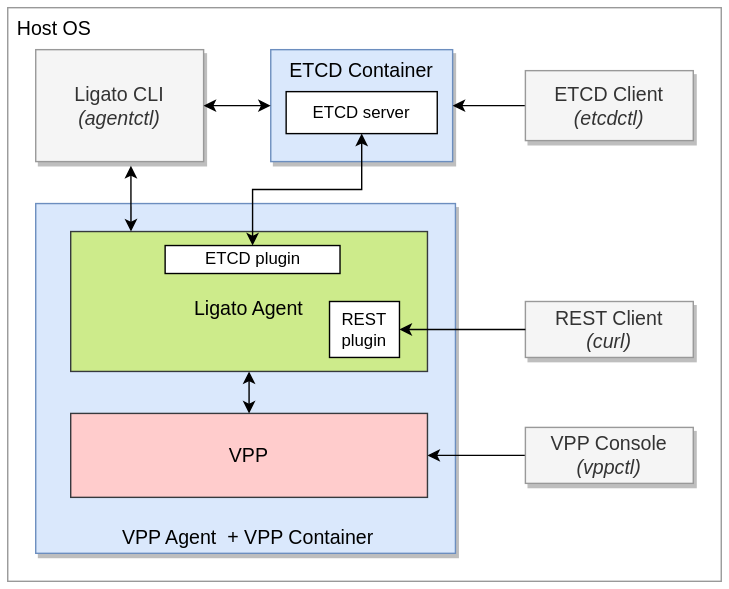
Earlier version of the draw.io export docs/img/user-guide/quickstart-topo-w-agentctl.svg (ligato/docs). Source tidied: cells renumbered, new cells last; positions are measured from the earlier drawing's top-left corner, leaving out a move shared by most shapes.
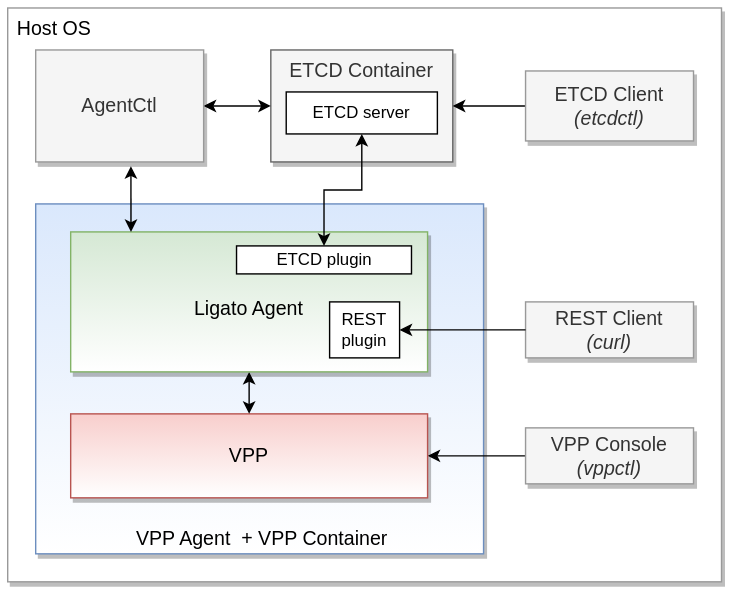
The same file after the commit.

Commit message:
added new REST APIs to quickstart section (#101)

Change to the diagram source:
```diff
@@ -2,22 +2,22 @@
   <root>
     <mxCell id="0" />
     <mxCell id="1" parent="0" />
-    <mxCell id="2" value="&lt;font style=&quot;font-size: 14px&quot;&gt;Host OS&lt;/font&gt;" style="rounded=0;whiteSpace=wrap;html=1;shadow=0;strokeColor=#999999;fontSize=12;align=left;verticalAlign=top;spacingLeft=5;" parent="1" vertex="1">
+    <mxCell id="2" value="&lt;font style=&quot;font-size: 14px&quot;&gt;Host OS&lt;/font&gt;" style="rounded=0;whiteSpace=wrap;html=1;shadow=1;strokeColor=#999999;fontSize=12;align=left;verticalAlign=top;spacingLeft=5;" parent="1" vertex="1">
       <mxGeometry width="510" height="410" as="geometry" />
     </mxCell>
-    <mxCell id="3" value="&amp;nbsp;VPP Agent&amp;nbsp; + VPP Container" style="rounded=0;whiteSpace=wrap;html=1;verticalAlign=bottom;fontSize=14;fillColor=#dae8fc;strokeColor=#6c8ebf;shadow=1;" parent="1" vertex="1">
-      <mxGeometry x="20" y="140" width="300" height="250" as="geometry" />
+    <mxCell id="3" value="&amp;nbsp;VPP Agent&amp;nbsp; + VPP Container" style="rounded=0;whiteSpace=wrap;html=1;verticalAlign=bottom;fontSize=14;fillColor=#dae8fc;strokeColor=#6c8ebf;shadow=1;gradientColor=#ffffff;" parent="1" vertex="1">
+      <mxGeometry x="20" y="140" width="320" height="250" as="geometry" />
     </mxCell>
     <mxCell id="4" style="edgeStyle=orthogonalEdgeStyle;rounded=0;jettySize=auto;html=1;fontSize=14;entryX=1;entryY=0.5;entryDx=0;entryDy=0;" parent="1" edge="1" source="8" target="5">
       <mxGeometry relative="1" as="geometry" />
     </mxCell>
-    <mxCell id="5" value="VPP" style="rounded=0;whiteSpace=wrap;html=1;fontSize=14;fillColor=#ffcccc;strokeColor=#36393d;fontStyle=0;" parent="1" vertex="1">
+    <mxCell id="5" value="VPP" style="rounded=0;whiteSpace=wrap;html=1;fontSize=14;fillColor=#f8cecc;strokeColor=#b85450;fontStyle=0;gradientColor=#ffffff;shadow=1;" parent="1" vertex="1">
       <mxGeometry x="45" y="290" width="255" height="60" as="geometry" />
     </mxCell>
     <mxCell id="6" style="edgeStyle=orthogonalEdgeStyle;rounded=0;jettySize=auto;html=1;exitX=0.5;exitY=1;exitDx=0;exitDy=0;startArrow=classic;startFill=1;fontSize=12;" parent="1" edge="1" source="7" target="5">
       <mxGeometry relative="1" as="geometry" />
     </mxCell>
-    <mxCell id="7" value="Ligato Agent" style="rounded=0;whiteSpace=wrap;html=1;fontSize=14;verticalAlign=middle;fontStyle=0;fillColor=#cdeb8b;strokeColor=#36393d;align=center;spacingLeft=0;spacingTop=10;" parent="1" vertex="1">
+    <mxCell id="7" value="Ligato Agent" style="rounded=0;whiteSpace=wrap;html=1;fontSize=14;verticalAlign=middle;fontStyle=0;fillColor=#d5e8d4;strokeColor=#82b366;align=center;spacingLeft=0;spacingTop=10;gradientColor=#ffffff;shadow=1;" parent="1" vertex="1">
       <mxGeometry x="45" y="160" width="255" height="100" as="geometry" />
     </mxCell>
     <mxCell id="8" value="&lt;div&gt;VPP Console&lt;br&gt;&lt;/div&gt;&lt;div&gt;&lt;i&gt;(vppctl)&lt;/i&gt;&lt;/div&gt;" style="rounded=0;whiteSpace=wrap;html=1;fontSize=14;fillColor=#f5f5f5;strokeColor=#999999;fontColor=#333333;shadow=1;" parent="1" vertex="1">
@@ -26,11 +26,11 @@
     <mxCell id="9" value="&lt;div&gt;REST Client&lt;/div&gt;&lt;div&gt;&lt;i&gt;(curl)&lt;/i&gt;&lt;br&gt;&lt;/div&gt;" style="rounded=0;whiteSpace=wrap;html=1;fontSize=14;fillColor=#f5f5f5;strokeColor=#999999;fontColor=#333333;shadow=1;" parent="1" vertex="1">
       <mxGeometry x="370" y="210" width="120" height="40" as="geometry" />
     </mxCell>
-    <mxCell id="10" value="&lt;div&gt;ETCD Container&lt;br&gt;&lt;/div&gt;" style="rounded=0;whiteSpace=wrap;html=1;verticalAlign=top;fontSize=14;fillColor=#dae8fc;strokeColor=#6c8ebf;shadow=1;" parent="1" vertex="1">
+    <mxCell id="10" value="&lt;div&gt;ETCD Container&lt;br&gt;&lt;/div&gt;" style="rounded=0;whiteSpace=wrap;html=1;verticalAlign=top;fontSize=14;fillColor=#f5f5f5;strokeColor=#666666;shadow=1;fontColor=#333333;" parent="1" vertex="1">
       <mxGeometry x="188" y="30" width="130" height="80" as="geometry" />
     </mxCell>
     <mxCell id="11" value="ETCD plugin" style="rounded=0;whiteSpace=wrap;html=1;fontSize=12;" parent="1" vertex="1">
-      <mxGeometry x="112.5" y="170" width="125" height="20" as="geometry" />
+      <mxGeometry x="163.5" y="170" width="125" height="20" as="geometry" />
     </mxCell>
     <mxCell id="12" style="edgeStyle=orthogonalEdgeStyle;rounded=0;jettySize=auto;html=1;exitX=0.5;exitY=0;exitDx=0;exitDy=0;fontSize=14;startArrow=classic;startFill=1;" parent="1" edge="1" source="11" target="16">
       <mxGeometry relative="1" as="geometry" />
@@ -50,14 +50,14 @@
     <mxCell id="17" style="edgeStyle=orthogonalEdgeStyle;rounded=0;jettySize=auto;html=1;fontSize=14;" parent="1" edge="1" source="9" target="13">
       <mxGeometry relative="1" as="geometry" />
     </mxCell>
+    <mxCell id="20" style="edgeStyle=orthogonalEdgeStyle;rounded=0;jettySize=auto;html=1;entryX=0;entryY=0.5;entryDx=0;entryDy=0;startArrow=classic;startFill=1;" parent="1" edge="1" source="18" target="10">
+      <mxGeometry relative="1" as="geometry" />
+    </mxCell>
-    <mxCell id="18" value="Ligato CLI&lt;br&gt;&lt;i&gt;(agentctl)&lt;/i&gt;" style="rounded=0;whiteSpace=wrap;html=1;fontSize=14;fillColor=#f5f5f5;strokeColor=#999999;fontColor=#333333;shadow=1;" parent="1" vertex="1">
+    <mxCell id="18" value="&lt;div&gt;AgentCtl&lt;/div&gt;" style="rounded=0;whiteSpace=wrap;html=1;fontSize=14;fillColor=#f5f5f5;strokeColor=#999999;fontColor=#333333;shadow=1;" parent="1" vertex="1">
       <mxGeometry x="20" y="30" width="120" height="80" as="geometry" />
     </mxCell>
     <mxCell id="19" style="endArrow=classic;startArrow=classic;html=1;entryX=0.567;entryY=1.038;entryDx=0;entryDy=0;entryPerimeter=0;exitX=0.169;exitY=0;exitDx=0;exitDy=0;rounded=0;exitPerimeter=0;" parent="1" edge="1" source="7" target="18">
       <mxGeometry relative="1" as="geometry" />
     </mxCell>
-    <mxCell id="20" style="endArrow=classic;startArrow=classic;html=1;exitX=1;exitY=0.5;exitDx=0;exitDy=0;entryX=0;entryY=0.5;entryDx=0;entryDy=0;" parent="1" edge="1" source="18" target="10">
-      <mxGeometry relative="1" as="geometry" />
-    </mxCell>
   </root>
 </mxGraphModel>
```
